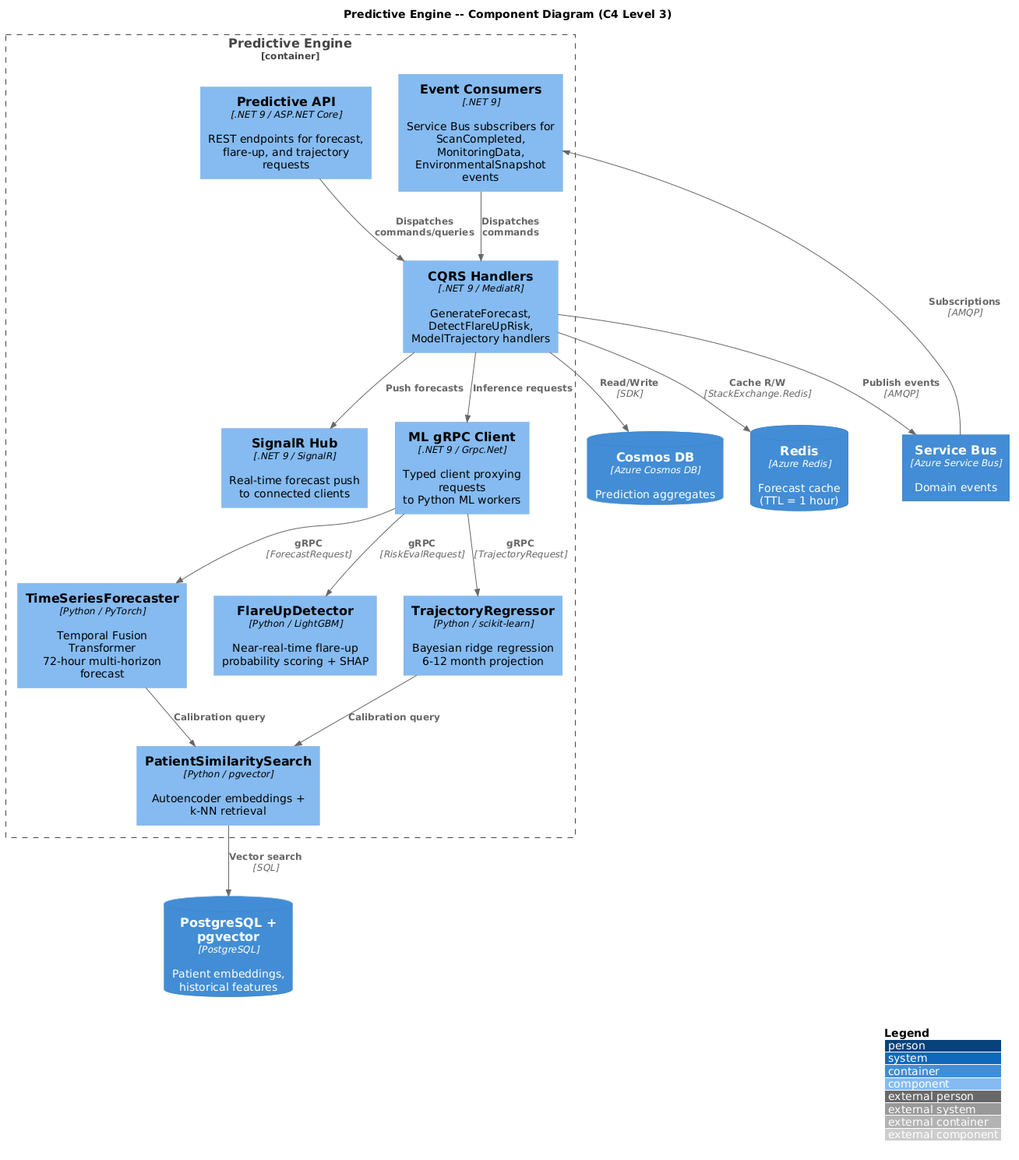
The PlantUML diagram docs/detailed-design/06-predictive-engine/c4-component.png in QuinntyneBrown/ClearEyeQ, before a commit. The source it was exported from:
```plantuml
@startuml
!include <C4/C4_Component>

title Predictive Engine -- Component Diagram (C4 Level 3)

Container_Boundary(predictive, "Predictive Engine") {

    Component(api, "Predictive API", ".NET 9 / ASP.NET Core", "REST endpoints for forecast,\nflare-up, and trajectory requests")

    Component(handlers, "CQRS Handlers", ".NET 9 / MediatR", "GenerateForecast, DetectFlareUpRisk,\nModelTrajectory handlers")

    Component(hub, "SignalR Hub", ".NET 9 / SignalR", "Real-time forecast push\nto connected clients")

    Component(consumer, "Event Consumers", ".NET 9", "Service Bus subscribers for\nScanCompleted, MonitoringData,\nEnvironmentalSnapshot events")

    Component(grpc_client, "ML gRPC Client", ".NET 9 / Grpc.Net", "Typed client proxying requests\nto Python ML workers")

    Component(forecaster, "TimeSeriesForecaster", "Python / PyTorch", "Temporal Fusion Transformer\n72-hour multi-horizon forecast")

    Component(flareup, "FlareUpDetector", "Python / LightGBM", "Near-real-time flare-up\nprobability scoring + SHAP")

    Component(trajectory, "TrajectoryRegressor", "Python / scikit-learn", "Bayesian ridge regression\n6-12 month projection")

    Component(similarity, "PatientSimilaritySearch", "Python / pgvector", "Autoencoder embeddings +\nk-NN retrieval")
}

ContainerDb(cosmos, "Cosmos DB", "Azure Cosmos DB", "Prediction aggregates")
ContainerDb(pg, "PostgreSQL + pgvector", "PostgreSQL", "Patient embeddings,\nhistorical features")
ContainerDb(redis, "Redis", "Azure Redis", "Forecast cache\n(TTL = 1 hour)")
Container(bus, "Service Bus", "Azure Service Bus", "Domain events")

Rel(api, handlers, "Dispatches commands/queries")
Rel(consumer, handlers, "Dispatches commands")
Rel(handlers, grpc_client, "Inference requests")
Rel(grpc_client, forecaster, "gRPC", "ForecastRequest")
Rel(grpc_client, flareup, "gRPC", "RiskEvalRequest")
Rel(grpc_client, trajectory, "gRPC", "TrajectoryRequest")
Rel(forecaster, similarity, "Calibration query")
Rel(trajectory, similarity, "Calibration query")
Rel(similarity, pg, "Vector search", "SQL")
Rel(handlers, cosmos, "Read/Write", "SDK")
Rel(handlers, redis, "Cache R/W", "StackExchange.Redis")
Rel(handlers, bus, "Publish events", "AMQP")
Rel(bus, consumer, "Subscriptions", "AMQP")
Rel(handlers, hub, "Push forecasts")

LAYOUT_WITH_LEGEND()
@enduml
```
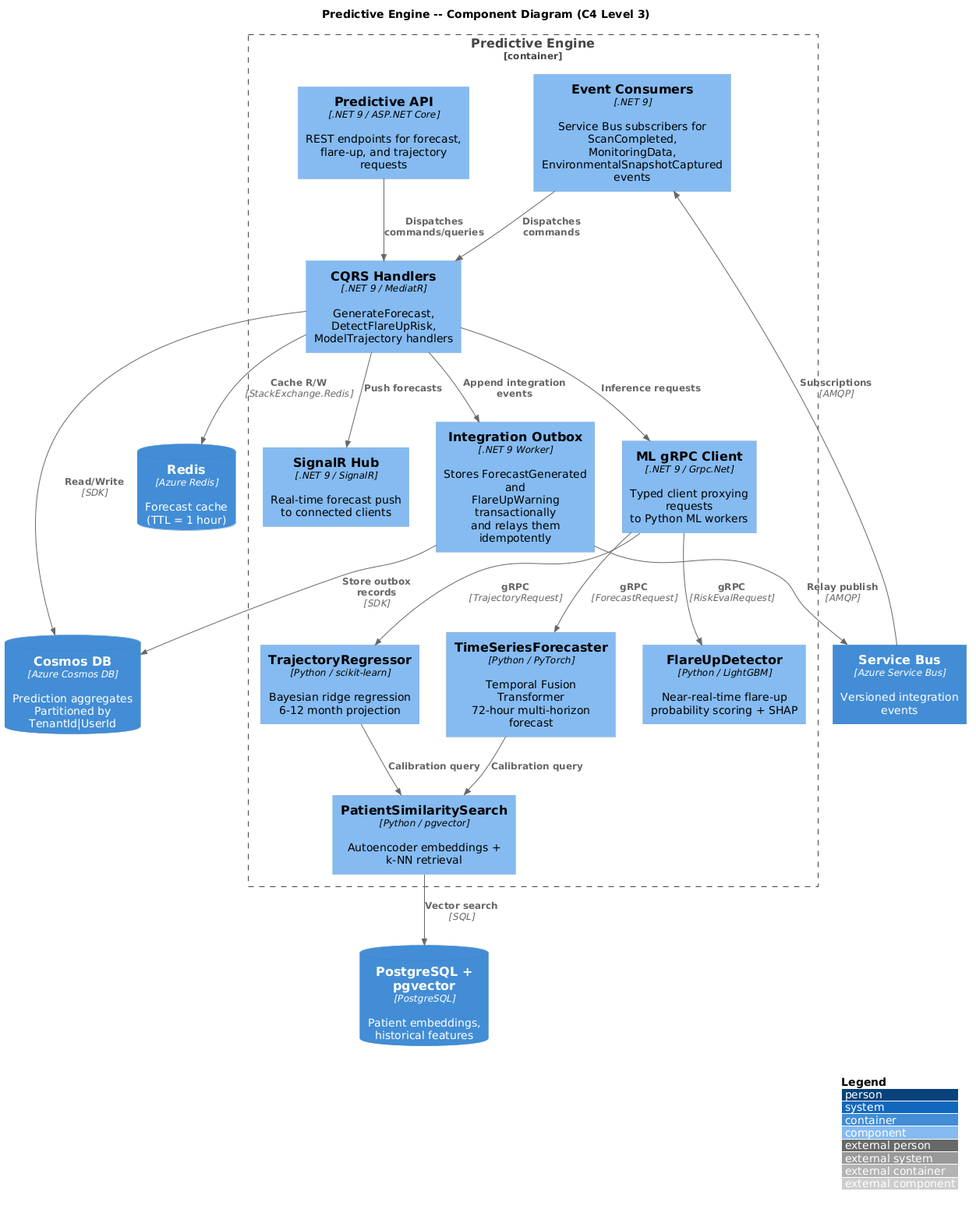
The same diagram one commit later.

Diff of the diagram source:
```diff
@@ -11,7 +11,9 @@
 
     Component(hub, "SignalR Hub", ".NET 9 / SignalR", "Real-time forecast push\nto connected clients")
 
-    Component(consumer, "Event Consumers", ".NET 9", "Service Bus subscribers for\nScanCompleted, MonitoringData,\nEnvironmentalSnapshot events")
+    Component(consumer, "Event Consumers", ".NET 9", "Service Bus subscribers for\nScanCompleted, MonitoringData,\nEnvironmentalSnapshotCaptured events")
+
+    Component(outbox, "Integration Outbox", ".NET 9 Worker", "Stores ForecastGenerated and\nFlareUpWarning transactionally\nand relays them idempotently")
 
     Component(grpc_client, "ML gRPC Client", ".NET 9 / Grpc.Net", "Typed client proxying requests\nto Python ML workers")
 
@@ -24,10 +26,10 @@
     Component(similarity, "PatientSimilaritySearch", "Python / pgvector", "Autoencoder embeddings +\nk-NN retrieval")
 }
 
-ContainerDb(cosmos, "Cosmos DB", "Azure Cosmos DB", "Prediction aggregates")
+ContainerDb(cosmos, "Cosmos DB", "Azure Cosmos DB", "Prediction aggregates\nPartitioned by TenantId|UserId")
 ContainerDb(pg, "PostgreSQL + pgvector", "PostgreSQL", "Patient embeddings,\nhistorical features")
 ContainerDb(redis, "Redis", "Azure Redis", "Forecast cache\n(TTL = 1 hour)")
-Container(bus, "Service Bus", "Azure Service Bus", "Domain events")
+Container(bus, "Service Bus", "Azure Service Bus", "Versioned integration events")
 
 Rel(api, handlers, "Dispatches commands/queries")
 Rel(consumer, handlers, "Dispatches commands")
@@ -40,7 +42,9 @@
 Rel(similarity, pg, "Vector search", "SQL")
 Rel(handlers, cosmos, "Read/Write", "SDK")
 Rel(handlers, redis, "Cache R/W", "StackExchange.Redis")
-Rel(handlers, bus, "Publish events", "AMQP")
+Rel(handlers, outbox, "Append integration\nevents")
+Rel(outbox, cosmos, "Store outbox\nrecords", "SDK")
+Rel(outbox, bus, "Relay publish", "AMQP")
 Rel(bus, consumer, "Subscriptions", "AMQP")
 Rel(handlers, hub, "Push forecasts")
 
```
